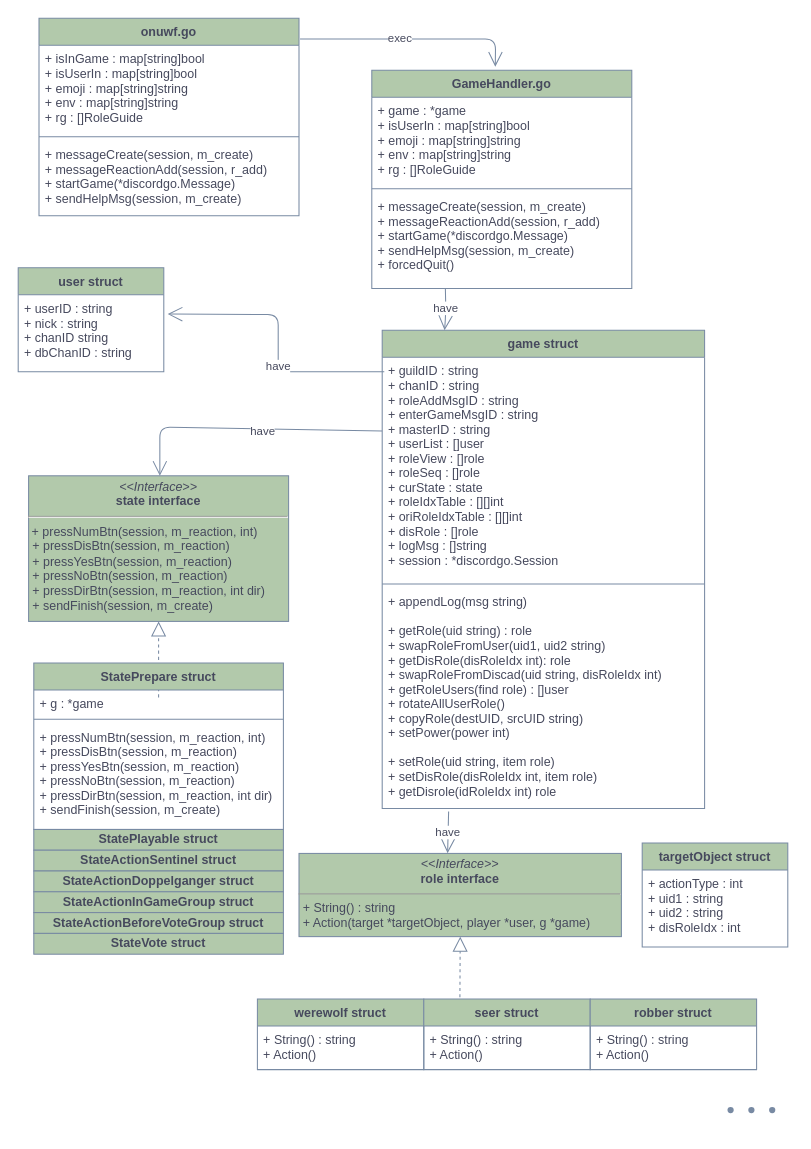
The draw.io diagram struct_diagram.drawio in splkm97/ONUWF, before the edit. Source tidied: cells renumbered, new cells numbered last; positions are measured from the earlier drawing's top-left corner, leaving out a move shared by most shapes. Both pictures are drawn from the tidied source at 104%, with x=0, y=0 at pixel (18, 18).
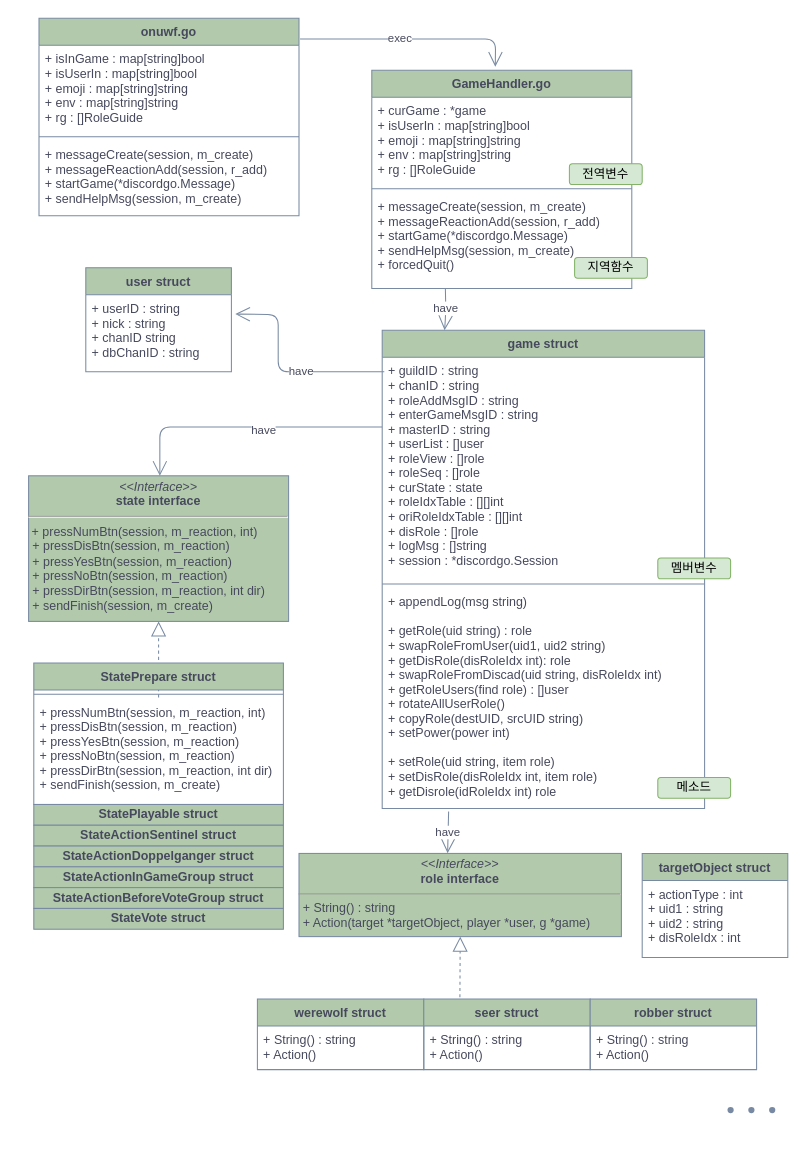
Above is the later version.

The change refers to these unchanged cells:
```xml
<mxCell id="42" value="GameHandler.go" style="swimlane;fontStyle=1;align=center;verticalAlign=top;horizontal=1;startSize=26;fontColor=#46495D;strokeColor=#788AA3;fillColor=#B2C9AB;" parent="1" vertex="1">
  <mxGeometry x="340" y="50" width="250" height="210" as="geometry" />
</mxCell>
```

Change to the diagram source:
```diff
@@
     <mxCell id="21" value="user struct" style="swimlane;fontStyle=1;align=center;verticalAlign=top;horizontal=1;startSize=26;fontColor=#46495D;strokeColor=#788AA3;fillColor=#B2C9AB;" parent="1" vertex="1">
-      <mxGeometry y="240" width="140" height="100" as="geometry" />
+      <mxGeometry x="65" y="240" width="140" height="100" as="geometry" />
     </mxCell>
@@
     <mxCell id="23" value="&lt;b&gt;StatePlayable struct&lt;/b&gt;" style="whiteSpace=wrap;html=1;fontColor=#46495D;strokeColor=#788AA3;fillColor=#B2C9AB;" parent="1" vertex="1">
-      <mxGeometry x="15" y="780" width="240" height="20" as="geometry" />
+      <mxGeometry x="15" y="756" width="240" height="20" as="geometry" />
     </mxCell>
     <mxCell id="24" value="&lt;b&gt;StateActionSentinel struct&lt;/b&gt;" style="whiteSpace=wrap;html=1;fontColor=#46495D;strokeColor=#788AA3;fillColor=#B2C9AB;" parent="1" vertex="1">
-      <mxGeometry x="15" y="800" width="240" height="20" as="geometry" />
+      <mxGeometry x="15" y="776" width="240" height="20" as="geometry" />
     </mxCell>
     <mxCell id="25" value="&lt;b&gt;StateActionDoppelganger struct&lt;/b&gt;" style="whiteSpace=wrap;html=1;fontColor=#46495D;strokeColor=#788AA3;fillColor=#B2C9AB;" parent="1" vertex="1">
-      <mxGeometry x="15" y="820" width="240" height="20" as="geometry" />
+      <mxGeometry x="15" y="796" width="240" height="20" as="geometry" />
     </mxCell>
     <mxCell id="26" value="&lt;b&gt;StateActionInGameGroup struct&lt;/b&gt;" style="whiteSpace=wrap;html=1;fontColor=#46495D;strokeColor=#788AA3;fillColor=#B2C9AB;" parent="1" vertex="1">
-      <mxGeometry x="15" y="840" width="240" height="20" as="geometry" />
+      <mxGeometry x="15" y="816" width="240" height="20" as="geometry" />
     </mxCell>
     <mxCell id="27" value="&lt;b&gt;StateActionBeforeVoteGroup struct&lt;/b&gt;" style="whiteSpace=wrap;html=1;fontColor=#46495D;strokeColor=#788AA3;fillColor=#B2C9AB;" parent="1" vertex="1">
-      <mxGeometry x="15" y="860" width="240" height="20" as="geometry" />
+      <mxGeometry x="15" y="836" width="240" height="20" as="geometry" />
     </mxCell>
     <mxCell id="28" value="&lt;b&gt;StateVote&amp;nbsp;struct&lt;/b&gt;" style="whiteSpace=wrap;html=1;fontColor=#46495D;strokeColor=#788AA3;fillColor=#B2C9AB;" parent="1" vertex="1">
-      <mxGeometry x="15" y="880" width="240" height="20" as="geometry" />
+      <mxGeometry x="15" y="856" width="240" height="20" as="geometry" />
     </mxCell>
@@
-    <mxCell id="31" style="endArrow=open;endFill=1;endSize=12;html=1;fontColor=#46495D;strokeColor=#788AA3;fillColor=#B2C9AB;entryX=0.5;entryY=0;entryDx=0;entryDy=0;exitX=-0.004;exitY=0.332;exitDx=0;exitDy=0;exitPerimeter=0;" parent="1" edge="1">
+    <mxCell id="31" style="endArrow=open;endFill=1;endSize=12;html=1;fontColor=#46495D;strokeColor=#788AA3;fillColor=#B2C9AB;entryX=0.5;entryY=0;entryDx=0;entryDy=0;" parent="1" edge="1">
       <mxGeometry relative="1" as="geometry">
-        <mxPoint x="350" y="397" as="sourcePoint" />
+        <mxPoint x="350" y="393" as="sourcePoint" />
         <mxPoint x="136.2" y="440" as="targetPoint" />
         <Array as="points">
           <mxPoint x="136.2" y="393.1" />
         </Array>
       </mxGeometry>
     </mxCell>
@@
     <mxCell id="34" value="StatePrepare struct" style="swimlane;fontStyle=1;align=center;verticalAlign=top;horizontal=1;startSize=26;fontColor=#46495D;strokeColor=#788AA3;fillColor=#B2C9AB;" parent="1" vertex="1">
-      <mxGeometry x="15" y="620" width="240" height="160" as="geometry" />
+      <mxGeometry x="15" y="620" width="240" height="136" as="geometry" />
     </mxCell>
-    <mxCell id="35" value="+ g : *game" style="text;strokeColor=none;fillColor=none;align=left;verticalAlign=top;spacingLeft=4;spacingRight=4;overflow=hidden;fontColor=#46495D;" parent="34" vertex="1">
-      <mxGeometry y="26" width="240" height="24" as="geometry" />
-    </mxCell>
     <mxCell id="36" style="line;strokeWidth=1;fillColor=none;align=left;verticalAlign=middle;spacingTop=-1;spacingLeft=3;spacingRight=3;labelPosition=right;strokeColor=#788AA3;fontColor=#46495D;" parent="34" vertex="1">
-      <mxGeometry y="50" width="240" height="8" as="geometry" />
+      <mxGeometry y="26" width="240" height="8" as="geometry" />
     </mxCell>
     <mxCell id="37" value="+ pressNumBtn(session, m_reaction, int)&#10;+ pressDisBtn(session, m_reaction)&#10;+ pressYesBtn(session, m_reaction)&#10;+ pressNoBtn(session, m_reaction)&#10;+ pressDirBtn(session, m_reaction, int dir)&#10;+ sendFinish(session, m_create)" style="text;strokeColor=none;fillColor=none;align=left;verticalAlign=top;spacingLeft=4;spacingRight=4;overflow=hidden;fontColor=#46495D;" parent="34" vertex="1">
-      <mxGeometry y="58" width="240" height="102" as="geometry" />
+      <mxGeometry y="34" width="240" height="102" as="geometry" />
     </mxCell>
     <mxCell id="38" value="targetObject struct" style="swimlane;fontStyle=1;align=center;verticalAlign=top;horizontal=1;startSize=26;fontColor=#46495D;strokeColor=#788AA3;fillColor=#B2C9AB;" parent="1" vertex="1">
-      <mxGeometry x="600" y="793.1" width="140" height="100" as="geometry" />
+      <mxGeometry x="600" y="803.1" width="140" height="100" as="geometry" />
     </mxCell>
@@
-    <mxCell id="43" value="+ game : *game&#10;+ isUserIn : map[string]bool&#10;+ emoji : map[string]string&#10;+ env : map[string]string&#10;+ rg : []RoleGuide" style="text;strokeColor=none;fillColor=none;align=left;verticalAlign=top;spacingLeft=4;spacingRight=4;overflow=hidden;fontColor=#46495D;" parent="42" vertex="1">
+    <mxCell id="43" value="+ curGame : *game&#10;+ isUserIn : map[string]bool&#10;+ emoji : map[string]string&#10;+ env : map[string]string&#10;+ rg : []RoleGuide" style="text;strokeColor=none;fillColor=none;align=left;verticalAlign=top;spacingLeft=4;spacingRight=4;overflow=hidden;fontColor=#46495D;" parent="42" vertex="1">
       <mxGeometry y="26" width="250" height="84" as="geometry" />
     </mxCell>
@@
+    <mxCell id="49" value="전역변수" style="rounded=1;whiteSpace=wrap;html=1;fillColor=#d5e8d4;strokeColor=#82b366;" parent="1" vertex="1">
+      <mxGeometry x="530" y="140" width="70" height="20" as="geometry" />
+    </mxCell>
+    <mxCell id="50" value="지역함수" style="rounded=1;whiteSpace=wrap;html=1;fillColor=#d5e8d4;strokeColor=#82b366;" parent="1" vertex="1">
+      <mxGeometry x="535" y="230" width="70" height="20" as="geometry" />
+    </mxCell>
+    <mxCell id="51" value="메소드" style="rounded=1;whiteSpace=wrap;html=1;fillColor=#d5e8d4;strokeColor=#82b366;" parent="1" vertex="1">
+      <mxGeometry x="615" y="730" width="70" height="20" as="geometry" />
+    </mxCell>
+    <mxCell id="52" value="멤버변수" style="rounded=1;whiteSpace=wrap;html=1;fillColor=#d5e8d4;strokeColor=#82b366;" parent="1" vertex="1">
+      <mxGeometry x="615" y="519" width="70" height="20" as="geometry" />
+    </mxCell>
```
